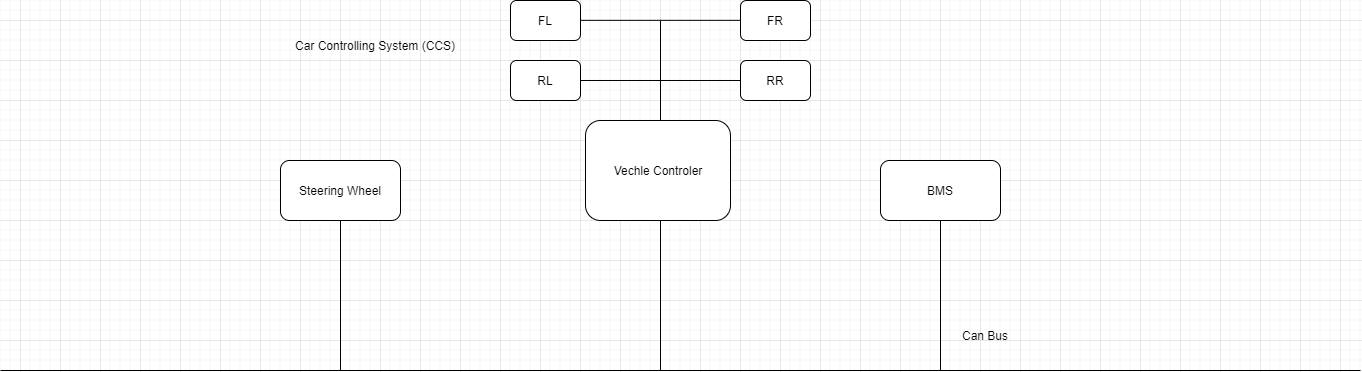
Mostafa1Mahmoud/FlowChartofCarControlingSystem keeps this draw.io diagram as Context Diagram.png. Above is the earlier version. Source tidied: cells renumbered, new cells last; positions are measured from the earlier drawing's top-left corner, leaving out a move shared by most shapes. Source of this version:
```xml
<mxGraphModel>
  <root>
    <mxCell id="0" />
    <mxCell id="1" parent="0" />
    <mxCell id="2" style="rounded=1;whiteSpace=wrap;html=1;" parent="1" vertex="1">
      <mxGeometry x="585" y="120" width="145" height="100" as="geometry" />
    </mxCell>
    <mxCell id="3" value="Vechle Controler" style="text;html=1;strokeColor=none;fillColor=none;align=center;verticalAlign=middle;whiteSpace=wrap;rounded=0;" parent="1" vertex="1">
      <mxGeometry x="597.5" y="155" width="120" height="30" as="geometry" />
    </mxCell>
    <mxCell id="4" style="endArrow=none;html=1;" parent="1" edge="1">
      <mxGeometry relative="1" as="geometry">
        <mxPoint y="370" as="sourcePoint" />
        <mxPoint x="1360" y="370" as="targetPoint" />
      </mxGeometry>
    </mxCell>
    <mxCell id="5" style="endArrow=none;html=1;" parent="1" edge="1">
      <mxGeometry relative="1" as="geometry">
        <mxPoint x="660" y="370" as="sourcePoint" />
        <mxPoint x="660" y="220" as="targetPoint" />
      </mxGeometry>
    </mxCell>
    <mxCell id="6" style="rounded=1;whiteSpace=wrap;html=1;" parent="1" vertex="1">
      <mxGeometry x="880" y="160" width="120" height="60" as="geometry" />
    </mxCell>
    <mxCell id="7" value="BMS" style="text;html=1;strokeColor=none;fillColor=none;align=center;verticalAlign=middle;whiteSpace=wrap;rounded=0;" parent="1" vertex="1">
      <mxGeometry x="905" y="172.5" width="70" height="35" as="geometry" />
    </mxCell>
    <mxCell id="8" style="rounded=1;whiteSpace=wrap;html=1;" parent="1" vertex="1">
      <mxGeometry x="280" y="160" width="120" height="60" as="geometry" />
    </mxCell>
    <mxCell id="9" value="Can Bus" style="text;html=1;strokeColor=none;fillColor=none;align=center;verticalAlign=middle;whiteSpace=wrap;rounded=0;" parent="1" vertex="1">
      <mxGeometry x="940" y="320" width="90" height="30" as="geometry" />
    </mxCell>
    <mxCell id="10" value="Steering Wheel" style="text;html=1;strokeColor=none;fillColor=none;align=center;verticalAlign=middle;whiteSpace=wrap;rounded=0;" parent="1" vertex="1">
      <mxGeometry x="290" y="170" width="100" height="40" as="geometry" />
    </mxCell>
    <mxCell id="11" value="Car Controlling System (CCS)" style="text;html=1;strokeColor=none;fillColor=none;align=center;verticalAlign=middle;whiteSpace=wrap;rounded=0;" parent="1" vertex="1">
      <mxGeometry x="270" y="20" width="210" height="50" as="geometry" />
    </mxCell>
    <mxCell id="12" style="endArrow=none;html=1;entryX=0.5;entryY=1;entryDx=0;entryDy=0;" parent="1" edge="1" target="6">
      <mxGeometry relative="1" as="geometry">
        <mxPoint x="940" y="370" as="sourcePoint" />
      </mxGeometry>
    </mxCell>
    <mxCell id="13" style="endArrow=none;html=1;entryX=0.5;entryY=1;entryDx=0;entryDy=0;" parent="1" edge="1" target="8">
      <mxGeometry relative="1" as="geometry">
        <mxPoint x="340" y="370" as="sourcePoint" />
      </mxGeometry>
    </mxCell>
    <mxCell id="14" style="endArrow=none;html=1;" parent="1" edge="1">
      <mxGeometry relative="1" as="geometry">
        <mxPoint x="660" y="120" as="sourcePoint" />
        <mxPoint x="660" y="20" as="targetPoint" />
      </mxGeometry>
    </mxCell>
    <mxCell id="15" style="rounded=1;whiteSpace=wrap;html=1;" parent="1" vertex="1">
      <mxGeometry x="740" width="70" height="40" as="geometry" />
    </mxCell>
    <mxCell id="16" style="rounded=1;whiteSpace=wrap;html=1;" parent="1" vertex="1">
      <mxGeometry x="510" width="70" height="40" as="geometry" />
    </mxCell>
    <mxCell id="17" style="rounded=1;whiteSpace=wrap;html=1;" parent="1" vertex="1">
      <mxGeometry x="740" y="60" width="70" height="40" as="geometry" />
    </mxCell>
    <mxCell id="18" style="rounded=1;whiteSpace=wrap;html=1;" parent="1" vertex="1">
      <mxGeometry x="510" y="60" width="70" height="40" as="geometry" />
    </mxCell>
    <mxCell id="19" style="endArrow=none;html=1;entryX=0;entryY=0.5;entryDx=0;entryDy=0;" parent="1" edge="1" target="17">
      <mxGeometry relative="1" as="geometry">
        <mxPoint x="660" y="80" as="sourcePoint" />
      </mxGeometry>
    </mxCell>
    <mxCell id="20" style="endArrow=none;html=1;exitX=1;exitY=0.5;exitDx=0;exitDy=0;" parent="1" edge="1" source="18">
      <mxGeometry relative="1" as="geometry">
        <mxPoint x="660" y="80" as="targetPoint" />
      </mxGeometry>
    </mxCell>
    <mxCell id="21" style="endArrow=none;html=1;entryX=0;entryY=0.5;entryDx=0;entryDy=0;" parent="1" edge="1">
      <mxGeometry relative="1" as="geometry">
        <mxPoint x="660" y="19.8" as="sourcePoint" />
        <mxPoint x="740" y="19.8" as="targetPoint" />
      </mxGeometry>
    </mxCell>
    <mxCell id="22" style="endArrow=none;html=1;entryX=0;entryY=0.5;entryDx=0;entryDy=0;" parent="1" edge="1">
      <mxGeometry relative="1" as="geometry">
        <mxPoint x="580" y="19.8" as="sourcePoint" />
        <mxPoint x="660" y="19.8" as="targetPoint" />
      </mxGeometry>
    </mxCell>
    <mxCell id="23" value="FL" style="text;html=1;strokeColor=none;fillColor=none;align=center;verticalAlign=middle;whiteSpace=wrap;rounded=0;" parent="1" vertex="1">
      <mxGeometry x="525" y="10" width="40" height="20" as="geometry" />
    </mxCell>
    <mxCell id="24" value="RL" style="text;html=1;strokeColor=none;fillColor=none;align=center;verticalAlign=middle;whiteSpace=wrap;rounded=0;" parent="1" vertex="1">
      <mxGeometry x="525" y="70" width="40" height="20" as="geometry" />
    </mxCell>
    <mxCell id="25" value="FR" style="text;html=1;strokeColor=none;fillColor=none;align=center;verticalAlign=middle;whiteSpace=wrap;rounded=0;" parent="1" vertex="1">
      <mxGeometry x="755" y="10" width="40" height="20" as="geometry" />
    </mxCell>
    <mxCell id="26" value="RR" style="text;html=1;strokeColor=none;fillColor=none;align=center;verticalAlign=middle;whiteSpace=wrap;rounded=0;" parent="1" vertex="1">
      <mxGeometry x="755" y="70" width="40" height="20" as="geometry" />
    </mxCell>
  </root>
</mxGraphModel>
```
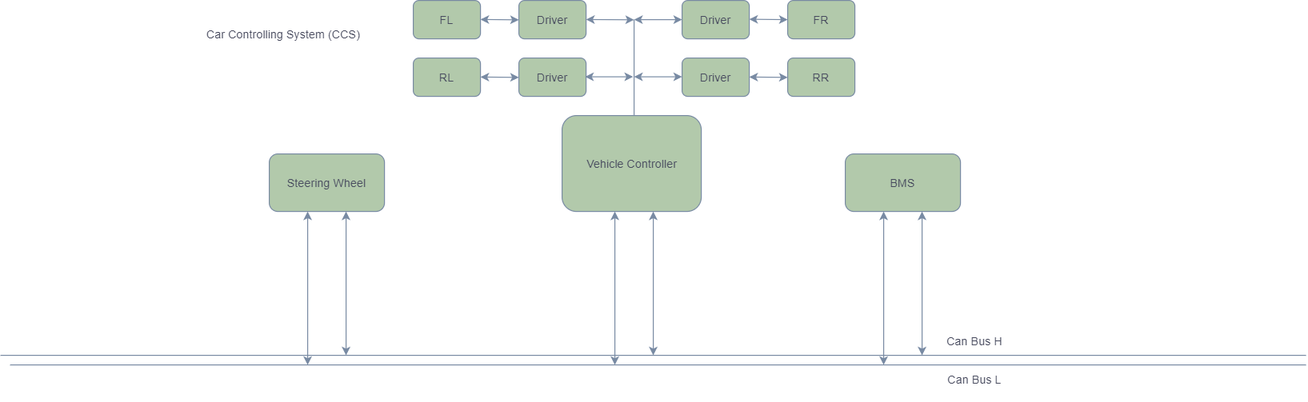
The same file after the commit.

Change to the diagram source:
```diff
@@ -2,103 +2,184 @@
   <root>
     <mxCell id="0" />
     <mxCell id="1" parent="0" />
-    <mxCell id="2" style="rounded=1;whiteSpace=wrap;html=1;" parent="1" vertex="1">
+    <mxCell id="2" style="rounded=1;whiteSpace=wrap;html=1;fillColor=#B2C9AB;strokeColor=#788AA3;fontColor=#46495D;" parent="1" vertex="1">
       <mxGeometry x="585" y="120" width="145" height="100" as="geometry" />
     </mxCell>
-    <mxCell id="3" value="Vechle Controler" style="text;html=1;strokeColor=none;fillColor=none;align=center;verticalAlign=middle;whiteSpace=wrap;rounded=0;" parent="1" vertex="1">
+    <mxCell id="3" value="Vehicle&amp;nbsp;Controller" style="text;html=1;strokeColor=none;fillColor=none;align=center;verticalAlign=middle;whiteSpace=wrap;rounded=0;fontColor=#46495D;" parent="1" vertex="1">
       <mxGeometry x="597.5" y="155" width="120" height="30" as="geometry" />
     </mxCell>
-    <mxCell id="4" style="endArrow=none;html=1;" parent="1" edge="1">
+    <mxCell id="4" style="endArrow=none;html=1;strokeColor=#788AA3;fontColor=#46495D;" parent="1" edge="1">
       <mxGeometry relative="1" as="geometry">
         <mxPoint y="370" as="sourcePoint" />
         <mxPoint x="1360" y="370" as="targetPoint" />
       </mxGeometry>
     </mxCell>
-    <mxCell id="5" style="endArrow=none;html=1;" parent="1" edge="1">
-      <mxGeometry relative="1" as="geometry">
-        <mxPoint x="660" y="370" as="sourcePoint" />
-        <mxPoint x="660" y="220" as="targetPoint" />
-      </mxGeometry>
-    </mxCell>
-    <mxCell id="6" style="rounded=1;whiteSpace=wrap;html=1;" parent="1" vertex="1">
+    <mxCell id="6" style="rounded=1;whiteSpace=wrap;html=1;fillColor=#B2C9AB;strokeColor=#788AA3;fontColor=#46495D;" parent="1" vertex="1">
       <mxGeometry x="880" y="160" width="120" height="60" as="geometry" />
     </mxCell>
-    <mxCell id="7" value="BMS" style="text;html=1;strokeColor=none;fillColor=none;align=center;verticalAlign=middle;whiteSpace=wrap;rounded=0;" parent="1" vertex="1">
+    <mxCell id="7" value="BMS" style="text;html=1;strokeColor=none;fillColor=none;align=center;verticalAlign=middle;whiteSpace=wrap;rounded=0;fontColor=#46495D;" parent="1" vertex="1">
       <mxGeometry x="905" y="172.5" width="70" height="35" as="geometry" />
     </mxCell>
-    <mxCell id="8" style="rounded=1;whiteSpace=wrap;html=1;" parent="1" vertex="1">
+    <mxCell id="8" style="rounded=1;whiteSpace=wrap;html=1;fillColor=#B2C9AB;strokeColor=#788AA3;fontColor=#46495D;" parent="1" vertex="1">
       <mxGeometry x="280" y="160" width="120" height="60" as="geometry" />
     </mxCell>
-    <mxCell id="9" value="Can Bus" style="text;html=1;strokeColor=none;fillColor=none;align=center;verticalAlign=middle;whiteSpace=wrap;rounded=0;" parent="1" vertex="1">
-      <mxGeometry x="940" y="320" width="90" height="30" as="geometry" />
+    <mxCell id="9" value="Can Bus H" style="text;html=1;strokeColor=none;fillColor=none;align=center;verticalAlign=middle;whiteSpace=wrap;rounded=0;fontColor=#46495D;" parent="1" vertex="1">
+      <mxGeometry x="970" y="340" width="90" height="30" as="geometry" />
     </mxCell>
-    <mxCell id="10" value="Steering Wheel" style="text;html=1;strokeColor=none;fillColor=none;align=center;verticalAlign=middle;whiteSpace=wrap;rounded=0;" parent="1" vertex="1">
+    <mxCell id="10" value="Steering Wheel" style="text;html=1;strokeColor=none;fillColor=none;align=center;verticalAlign=middle;whiteSpace=wrap;rounded=0;fontColor=#46495D;" parent="1" vertex="1">
       <mxGeometry x="290" y="170" width="100" height="40" as="geometry" />
     </mxCell>
-    <mxCell id="11" value="Car Controlling System (CCS)" style="text;html=1;strokeColor=none;fillColor=none;align=center;verticalAlign=middle;whiteSpace=wrap;rounded=0;" parent="1" vertex="1">
-      <mxGeometry x="270" y="20" width="210" height="50" as="geometry" />
+    <mxCell id="11" value="Car Controlling System (CCS)" style="text;html=1;strokeColor=none;fillColor=none;align=center;verticalAlign=middle;whiteSpace=wrap;rounded=0;fontColor=#46495D;" parent="1" vertex="1">
+      <mxGeometry x="190" y="10" width="210" height="50" as="geometry" />
     </mxCell>
-    <mxCell id="12" style="endArrow=none;html=1;entryX=0.5;entryY=1;entryDx=0;entryDy=0;" parent="1" edge="1" target="6">
-      <mxGeometry relative="1" as="geometry">
-        <mxPoint x="940" y="370" as="sourcePoint" />
-      </mxGeometry>
-    </mxCell>
-    <mxCell id="13" style="endArrow=none;html=1;entryX=0.5;entryY=1;entryDx=0;entryDy=0;" parent="1" edge="1" target="8">
-      <mxGeometry relative="1" as="geometry">
-        <mxPoint x="340" y="370" as="sourcePoint" />
-      </mxGeometry>
-    </mxCell>
-    <mxCell id="14" style="endArrow=none;html=1;" parent="1" edge="1">
+    <mxCell id="14" style="endArrow=none;html=1;strokeColor=#788AA3;fontColor=#46495D;" parent="1" edge="1">
       <mxGeometry relative="1" as="geometry">
         <mxPoint x="660" y="120" as="sourcePoint" />
         <mxPoint x="660" y="20" as="targetPoint" />
       </mxGeometry>
     </mxCell>
-    <mxCell id="15" style="rounded=1;whiteSpace=wrap;html=1;" parent="1" vertex="1">
-      <mxGeometry x="740" width="70" height="40" as="geometry" />
+    <mxCell id="15" style="rounded=1;whiteSpace=wrap;html=1;fillColor=#B2C9AB;strokeColor=#788AA3;fontColor=#46495D;" parent="1" vertex="1">
+      <mxGeometry x="820" width="70" height="40" as="geometry" />
     </mxCell>
-    <mxCell id="16" style="rounded=1;whiteSpace=wrap;html=1;" parent="1" vertex="1">
-      <mxGeometry x="510" width="70" height="40" as="geometry" />
+    <mxCell id="16" style="rounded=1;whiteSpace=wrap;html=1;fillColor=#B2C9AB;strokeColor=#788AA3;fontColor=#46495D;" parent="1" vertex="1">
+      <mxGeometry x="430" width="70" height="40" as="geometry" />
     </mxCell>
-    <mxCell id="17" style="rounded=1;whiteSpace=wrap;html=1;" parent="1" vertex="1">
-      <mxGeometry x="740" y="60" width="70" height="40" as="geometry" />
+    <mxCell id="17" style="rounded=1;whiteSpace=wrap;html=1;fillColor=#B2C9AB;strokeColor=#788AA3;fontColor=#46495D;" parent="1" vertex="1">
+      <mxGeometry x="820" y="60" width="70" height="40" as="geometry" />
     </mxCell>
-    <mxCell id="18" style="rounded=1;whiteSpace=wrap;html=1;" parent="1" vertex="1">
-      <mxGeometry x="510" y="60" width="70" height="40" as="geometry" />
+    <mxCell id="18" style="rounded=1;whiteSpace=wrap;html=1;fillColor=#B2C9AB;strokeColor=#788AA3;fontColor=#46495D;" parent="1" vertex="1">
+      <mxGeometry x="430" y="60" width="70" height="40" as="geometry" />
     </mxCell>
-    <mxCell id="19" style="endArrow=none;html=1;entryX=0;entryY=0.5;entryDx=0;entryDy=0;" parent="1" edge="1" target="17">
-      <mxGeometry relative="1" as="geometry">
-        <mxPoint x="660" y="80" as="sourcePoint" />
-      </mxGeometry>
-    </mxCell>
-    <mxCell id="20" style="endArrow=none;html=1;exitX=1;exitY=0.5;exitDx=0;exitDy=0;" parent="1" edge="1" source="18">
-      <mxGeometry relative="1" as="geometry">
-        <mxPoint x="660" y="80" as="targetPoint" />
-      </mxGeometry>
-    </mxCell>
-    <mxCell id="21" style="endArrow=none;html=1;entryX=0;entryY=0.5;entryDx=0;entryDy=0;" parent="1" edge="1">
-      <mxGeometry relative="1" as="geometry">
-        <mxPoint x="660" y="19.8" as="sourcePoint" />
-        <mxPoint x="740" y="19.8" as="targetPoint" />
-      </mxGeometry>
-    </mxCell>
-    <mxCell id="22" style="endArrow=none;html=1;entryX=0;entryY=0.5;entryDx=0;entryDy=0;" parent="1" edge="1">
-      <mxGeometry relative="1" as="geometry">
-        <mxPoint x="580" y="19.8" as="sourcePoint" />
-        <mxPoint x="660" y="19.8" as="targetPoint" />
-      </mxGeometry>
-    </mxCell>
-    <mxCell id="23" value="FL" style="text;html=1;strokeColor=none;fillColor=none;align=center;verticalAlign=middle;whiteSpace=wrap;rounded=0;" parent="1" vertex="1">
-      <mxGeometry x="525" y="10" width="40" height="20" as="geometry" />
+    <mxCell id="23" value="FL" style="text;html=1;strokeColor=none;fillColor=none;align=center;verticalAlign=middle;whiteSpace=wrap;rounded=0;fontColor=#46495D;" parent="1" vertex="1">
+      <mxGeometry x="445" y="10" width="40" height="20" as="geometry" />
     </mxCell>
-    <mxCell id="24" value="RL" style="text;html=1;strokeColor=none;fillColor=none;align=center;verticalAlign=middle;whiteSpace=wrap;rounded=0;" parent="1" vertex="1">
-      <mxGeometry x="525" y="70" width="40" height="20" as="geometry" />
+    <mxCell id="24" value="RL" style="text;html=1;strokeColor=none;fillColor=none;align=center;verticalAlign=middle;whiteSpace=wrap;rounded=0;fontColor=#46495D;" parent="1" vertex="1">
+      <mxGeometry x="445" y="70" width="40" height="20" as="geometry" />
     </mxCell>
-    <mxCell id="25" value="FR" style="text;html=1;strokeColor=none;fillColor=none;align=center;verticalAlign=middle;whiteSpace=wrap;rounded=0;" parent="1" vertex="1">
-      <mxGeometry x="755" y="10" width="40" height="20" as="geometry" />
+    <mxCell id="25" value="FR" style="text;html=1;strokeColor=none;fillColor=none;align=center;verticalAlign=middle;whiteSpace=wrap;rounded=0;fontColor=#46495D;" parent="1" vertex="1">
+      <mxGeometry x="835" y="10" width="40" height="20" as="geometry" />
     </mxCell>
-    <mxCell id="26" value="RR" style="text;html=1;strokeColor=none;fillColor=none;align=center;verticalAlign=middle;whiteSpace=wrap;rounded=0;" parent="1" vertex="1">
-      <mxGeometry x="755" y="70" width="40" height="20" as="geometry" />
+    <mxCell id="26" value="RR" style="text;html=1;strokeColor=none;fillColor=none;align=center;verticalAlign=middle;whiteSpace=wrap;rounded=0;fontColor=#46495D;" parent="1" vertex="1">
+      <mxGeometry x="835" y="70" width="40" height="20" as="geometry" />
     </mxCell>
+    <mxCell id="27" style="endArrow=none;html=1;strokeColor=#788AA3;fontColor=#46495D;" parent="1" edge="1">
+      <mxGeometry relative="1" as="geometry">
+        <mxPoint x="10" y="380" as="sourcePoint" />
+        <mxPoint x="1360" y="380" as="targetPoint" />
+      </mxGeometry>
+    </mxCell>
+    <mxCell id="28" value="Can Bus L" style="text;html=1;strokeColor=none;fillColor=none;align=center;verticalAlign=middle;whiteSpace=wrap;rounded=0;fontColor=#46495D;" parent="1" vertex="1">
+      <mxGeometry x="970" y="380" width="90" height="30" as="geometry" />
+    </mxCell>
+    <mxCell id="29" style="edgeStyle=orthogonalEdgeStyle;rounded=0;orthogonalLoop=1;jettySize=auto;html=1;exitX=0.5;exitY=1;exitDx=0;exitDy=0;strokeColor=#788AA3;fontColor=#46495D;" parent="1" edge="1" source="28" target="28">
+      <mxGeometry relative="1" as="geometry" />
+    </mxCell>
+    <mxCell id="30" style="endArrow=classic;startArrow=classic;html=1;entryX=0.5;entryY=1;entryDx=0;entryDy=0;exitX=0;exitY=1;exitDx=0;exitDy=0;strokeColor=#788AA3;fontColor=#46495D;" parent="1" edge="1">
+      <mxGeometry relative="1" as="geometry">
+        <mxPoint x="360" y="370" as="sourcePoint" />
+        <mxPoint x="360" y="220" as="targetPoint" />
+      </mxGeometry>
+    </mxCell>
+    <mxCell id="31" style="endArrow=classic;startArrow=classic;html=1;entryX=0.5;entryY=1;entryDx=0;entryDy=0;strokeColor=#788AA3;fontColor=#46495D;" parent="1" edge="1">
+      <mxGeometry relative="1" as="geometry">
+        <mxPoint x="320" y="380" as="sourcePoint" />
+        <mxPoint x="320" y="220" as="targetPoint" />
+      </mxGeometry>
+    </mxCell>
+    <mxCell id="32" style="endArrow=classic;startArrow=classic;html=1;entryX=0.5;entryY=1;entryDx=0;entryDy=0;exitX=0;exitY=1;exitDx=0;exitDy=0;strokeColor=#788AA3;fontColor=#46495D;" parent="1" edge="1">
+      <mxGeometry relative="1" as="geometry">
+        <mxPoint x="960" y="370" as="sourcePoint" />
+        <mxPoint x="960" y="220" as="targetPoint" />
+      </mxGeometry>
+    </mxCell>
+    <mxCell id="33" style="endArrow=classic;startArrow=classic;html=1;entryX=0.5;entryY=1;entryDx=0;entryDy=0;strokeColor=#788AA3;fontColor=#46495D;" parent="1" edge="1">
+      <mxGeometry relative="1" as="geometry">
+        <mxPoint x="920" y="380" as="sourcePoint" />
+        <mxPoint x="920" y="220" as="targetPoint" />
+      </mxGeometry>
+    </mxCell>
+    <mxCell id="34" style="endArrow=classic;startArrow=classic;html=1;strokeColor=#788AA3;fontColor=#46495D;" parent="1" edge="1">
+      <mxGeometry relative="1" as="geometry">
+        <mxPoint x="680" y="370" as="sourcePoint" />
+        <mxPoint x="680" y="220" as="targetPoint" />
+      </mxGeometry>
+    </mxCell>
+    <mxCell id="35" style="endArrow=classic;startArrow=classic;html=1;strokeColor=#788AA3;fontColor=#46495D;" parent="1" edge="1">
+      <mxGeometry relative="1" as="geometry">
+        <mxPoint x="640" y="380" as="sourcePoint" />
+        <mxPoint x="640" y="220" as="targetPoint" />
+      </mxGeometry>
+    </mxCell>
+    <mxCell id="36" style="rounded=1;whiteSpace=wrap;html=1;fillColor=#B2C9AB;strokeColor=#788AA3;fontColor=#46495D;" parent="1" vertex="1">
+      <mxGeometry x="540" y="60" width="70" height="40" as="geometry" />
+    </mxCell>
+    <mxCell id="37" style="rounded=1;whiteSpace=wrap;html=1;fillColor=#B2C9AB;strokeColor=#788AA3;fontColor=#46495D;" parent="1" vertex="1">
+      <mxGeometry x="540" width="70" height="40" as="geometry" />
+    </mxCell>
+    <mxCell id="38" style="rounded=1;whiteSpace=wrap;html=1;fillColor=#B2C9AB;strokeColor=#788AA3;fontColor=#46495D;" parent="1" vertex="1">
+      <mxGeometry x="710" width="70" height="40" as="geometry" />
+    </mxCell>
+    <mxCell id="39" value="Driver" style="text;html=1;strokeColor=none;fillColor=none;align=center;verticalAlign=middle;whiteSpace=wrap;rounded=0;fontColor=#46495D;" parent="1" vertex="1">
+      <mxGeometry x="725" y="10" width="40" height="20" as="geometry" />
+    </mxCell>
+    <mxCell id="40" style="rounded=1;whiteSpace=wrap;html=1;fillColor=#B2C9AB;strokeColor=#788AA3;fontColor=#46495D;" parent="1" vertex="1">
+      <mxGeometry x="710" y="60" width="70" height="40" as="geometry" />
+    </mxCell>
+    <mxCell id="41" value="Driver" style="text;html=1;strokeColor=none;fillColor=none;align=center;verticalAlign=middle;whiteSpace=wrap;rounded=0;fontColor=#46495D;" parent="1" vertex="1">
+      <mxGeometry x="555" y="10" width="40" height="20" as="geometry" />
+    </mxCell>
+    <mxCell id="42" value="Driver" style="text;html=1;strokeColor=none;fillColor=none;align=center;verticalAlign=middle;whiteSpace=wrap;rounded=0;fontColor=#46495D;" parent="1" vertex="1">
+      <mxGeometry x="555" y="70" width="40" height="20" as="geometry" />
+    </mxCell>
+    <mxCell id="43" value="Driver" style="text;html=1;strokeColor=none;fillColor=none;align=center;verticalAlign=middle;whiteSpace=wrap;rounded=0;fontColor=#46495D;" parent="1" vertex="1">
+      <mxGeometry x="725" y="70" width="40" height="20" as="geometry" />
+    </mxCell>
+    <mxCell id="44" style="endArrow=classic;startArrow=classic;html=1;entryX=0;entryY=0.5;entryDx=0;entryDy=0;strokeColor=#788AA3;fontColor=#46495D;" parent="1" edge="1" target="38">
+      <mxGeometry relative="1" as="geometry">
+        <mxPoint x="660" y="20" as="sourcePoint" />
+      </mxGeometry>
+    </mxCell>
+    <mxCell id="45" style="endArrow=classic;startArrow=classic;html=1;strokeColor=#788AA3;fontColor=#46495D;" parent="1" edge="1">
+      <mxGeometry relative="1" as="geometry">
+        <mxPoint x="610" y="19.9" as="sourcePoint" />
+        <mxPoint x="660" y="20.1" as="targetPoint" />
+      </mxGeometry>
+    </mxCell>
+    <mxCell id="46" style="endArrow=classic;startArrow=classic;html=1;entryX=0;entryY=0.5;entryDx=0;entryDy=0;strokeColor=#788AA3;fontColor=#46495D;" parent="1" edge="1">
+      <mxGeometry relative="1" as="geometry">
+        <mxPoint x="660" y="79.6" as="sourcePoint" />
+        <mxPoint x="710" y="79.6" as="targetPoint" />
+      </mxGeometry>
+    </mxCell>
+    <mxCell id="47" style="endArrow=classic;startArrow=classic;html=1;entryX=0;entryY=0.5;entryDx=0;entryDy=0;strokeColor=#788AA3;fontColor=#46495D;" parent="1" edge="1">
+      <mxGeometry relative="1" as="geometry">
+        <mxPoint x="609" y="79.6" as="sourcePoint" />
+        <mxPoint x="659" y="79.6" as="targetPoint" />
+      </mxGeometry>
+    </mxCell>
+    <mxCell id="48" style="endArrow=classic;startArrow=classic;html=1;strokeColor=#788AA3;fontColor=#46495D;" parent="1" edge="1">
+      <mxGeometry relative="1" as="geometry">
+        <mxPoint x="780" y="19.6" as="sourcePoint" />
+        <mxPoint x="820" y="20" as="targetPoint" />
+      </mxGeometry>
+    </mxCell>
+    <mxCell id="49" style="endArrow=classic;startArrow=classic;html=1;strokeColor=#788AA3;fontColor=#46495D;" parent="1" edge="1">
+      <mxGeometry relative="1" as="geometry">
+        <mxPoint x="780" y="79.8" as="sourcePoint" />
+        <mxPoint x="820" y="80.2" as="targetPoint" />
+      </mxGeometry>
+    </mxCell>
+    <mxCell id="50" style="endArrow=classic;startArrow=classic;html=1;strokeColor=#788AA3;fontColor=#46495D;" parent="1" edge="1">
+      <mxGeometry relative="1" as="geometry">
+        <mxPoint x="500" y="19.8" as="sourcePoint" />
+        <mxPoint x="540" y="20.2" as="targetPoint" />
+      </mxGeometry>
+    </mxCell>
+    <mxCell id="51" style="endArrow=classic;startArrow=classic;html=1;strokeColor=#788AA3;fontColor=#46495D;" parent="1" edge="1">
+      <mxGeometry relative="1" as="geometry">
+        <mxPoint x="500" y="79.8" as="sourcePoint" />
+        <mxPoint x="540" y="80.2" as="targetPoint" />
+      </mxGeometry>
+    </mxCell>
   </root>
 </mxGraphModel>
```
